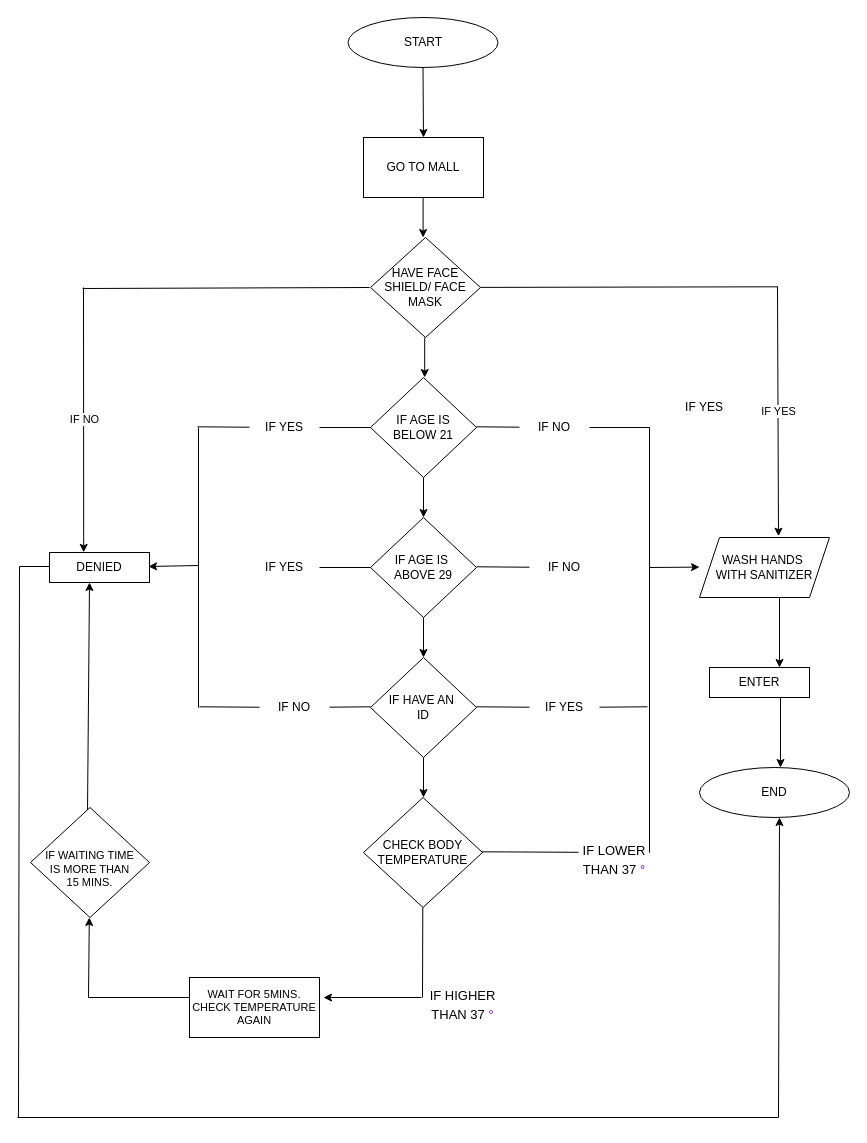
Earlier version of the draw.io diagram Untitled Diagram.drawio (GinoongFlores/FirstProject). Source tidied: cells renumbered, new cells numbered last; positions are measured from the earlier drawing's top-left corner, leaving out a move shared by most shapes. Both pictures are drawn from the tidied source at 100%, with x=0, y=0 at pixel (17, 17).
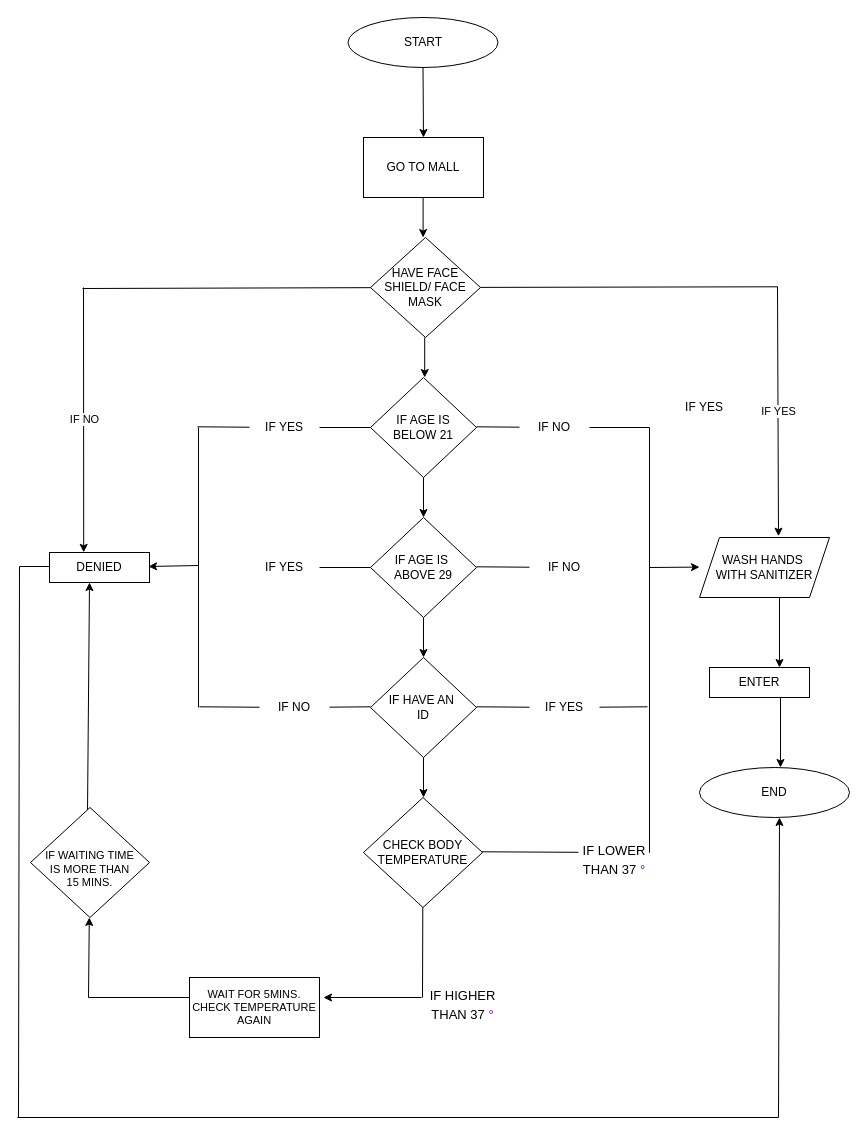
After the change.

Unchanged cells that the change refers to:
```xml
<mxCell id="7" value="HAVE FACE SHIELD/ FACE MASK" style="rhombus;whiteSpace=wrap;html=1;fontSize=12;" parent="1" vertex="1">
  <mxGeometry x="353" y="220" width="110" height="100" as="geometry" />
</mxCell>
```

What changed in the source:
```diff
@@
-    <mxCell id="16" style="endArrow=none;html=1;" parent="1" edge="1">
+    <mxCell id="16" style="endArrow=none;html=1;" parent="1" edge="1" target="7">
       <mxGeometry relative="1" as="geometry">
         <mxPoint x="65" y="271" as="sourcePoint" />
-        <mxPoint x="352" y="270" as="targetPoint" />
       </mxGeometry>
     </mxCell>
```
